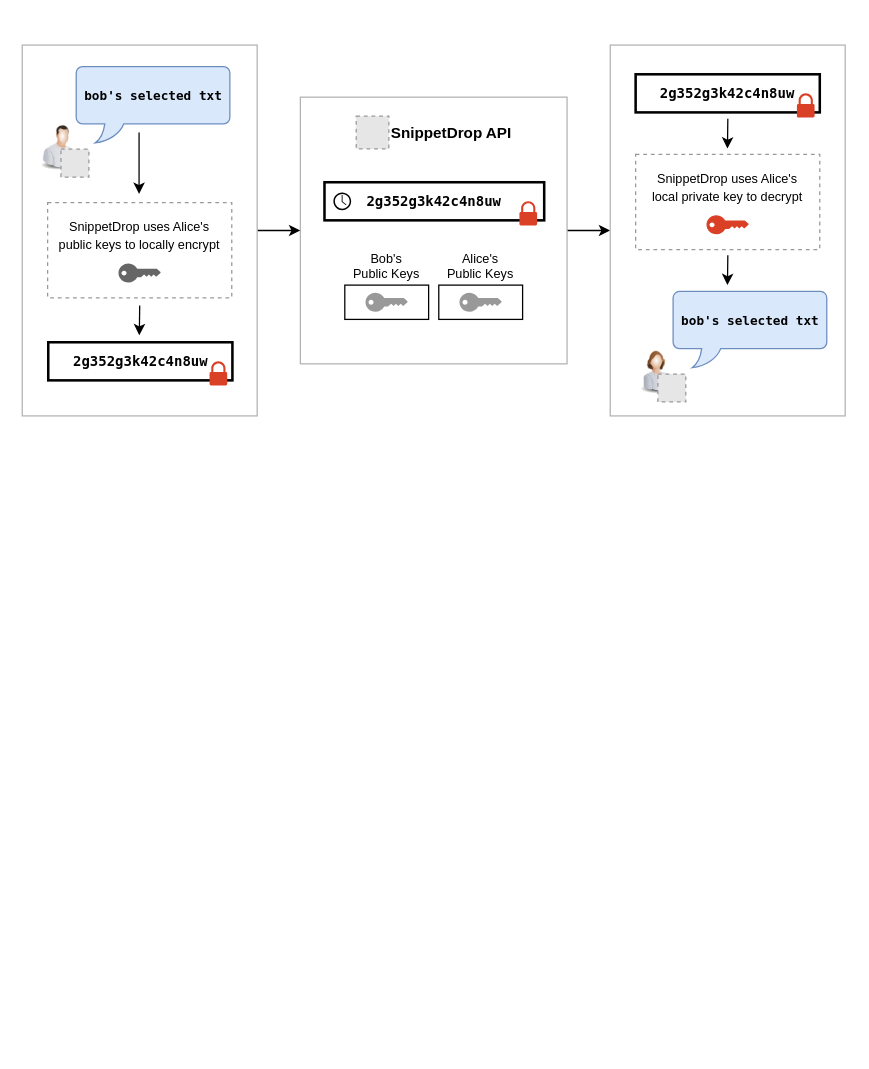
snippetdrop/snippetdrop-vscode keeps this draw.io diagram as misc/architecture.drawio. Above is the earlier version. Source tidied: cells renumbered, new cells numbered last; positions are measured from the earlier drawing's top-left corner, leaving out a move shared by most shapes. Both pictures are drawn from the tidied source at 127%, with x=0, y=0 at pixel (22, 44). Pictures stored in the file or linked from it are replaced by grey dashed boxes.
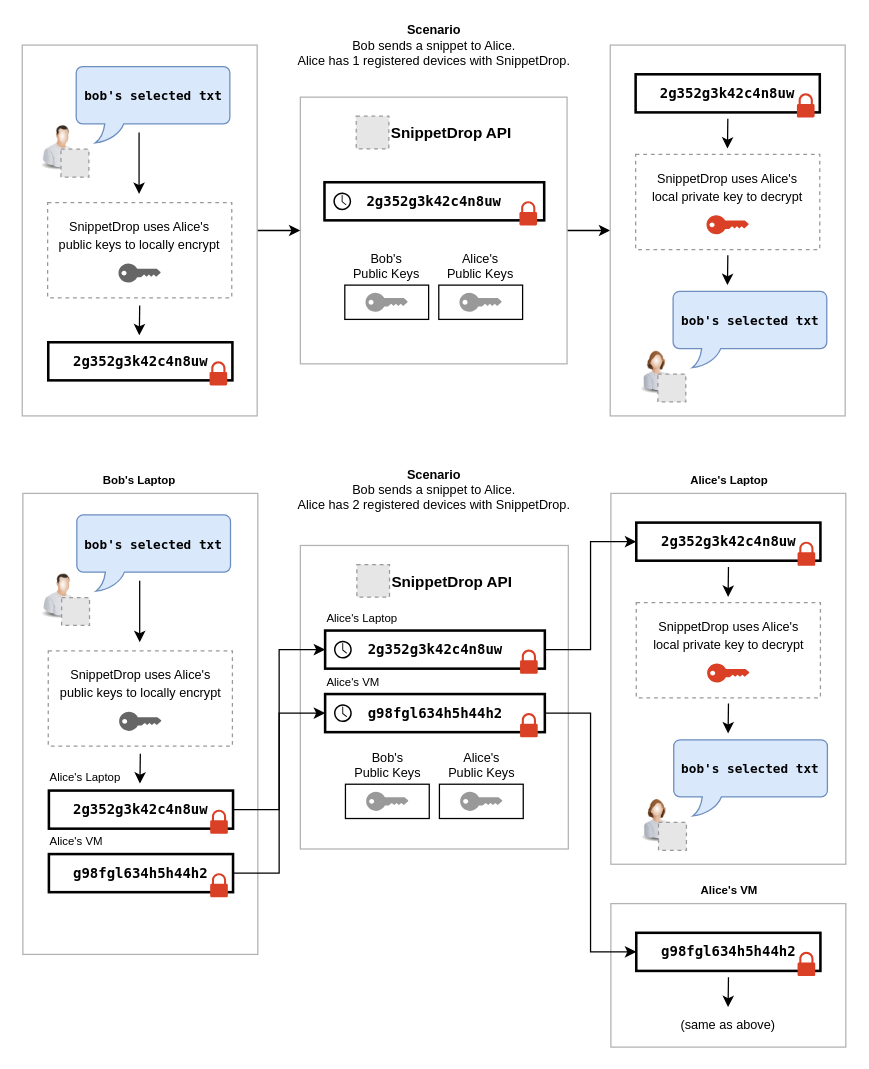
The same diagram, later.

Commit message (it also covers changes not shown here):
new arch diagram; new demo gifs

Change to the diagram source:
```diff
@@
+    <mxCell id="33" style="rounded=0;whiteSpace=wrap;html=1;strokeColor=#B3B3B3;" parent="1" vertex="1">
+      <mxGeometry x="219" y="394" width="211" height="239" as="geometry" />
+    </mxCell>
@@
+    <mxCell id="34" style="rounded=0;whiteSpace=wrap;html=1;strokeColor=#B3B3B3;" parent="1" vertex="1">
+      <mxGeometry x="463.5" y="353" width="185" height="292" as="geometry" />
+    </mxCell>
+    <mxCell id="35" style="image;html=1;image=img/lib/clip_art/people/Worker_Woman_128x128.png;" parent="1" vertex="1">
+      <mxGeometry x="482" y="590" width="38" height="38" as="geometry" />
+    </mxCell>
+    <mxCell id="36" style="rounded=0;whiteSpace=wrap;html=1;strokeColor=#B3B3B3;" parent="1" vertex="1">
+      <mxGeometry x="0.5" y="353" width="185" height="363" as="geometry" />
+    </mxCell>
+    <mxCell id="37" value="&lt;font face=&quot;monaco, menlo, consolas, courier prime, courier, courier new, monospace&quot; size=&quot;1&quot;&gt;&lt;b&gt;bob's selected txt&lt;/b&gt;&lt;/font&gt;" style="whiteSpace=wrap;html=1;shape=mxgraph.basic.roundRectCallout;dx=30;dy=15;size=5;boundedLbl=1;fillColor=#dae8fc;strokeColor=#6c8ebf;" parent="1" vertex="1">
+      <mxGeometry x="43" y="370" width="121" height="60" as="geometry" />
+    </mxCell>
+    <mxCell id="38" style="image;html=1;image=img/lib/clip_art/people/Worker_Man_128x128.png;" parent="1" vertex="1">
+      <mxGeometry x="8" y="413" width="45" height="39" as="geometry" />
+    </mxCell>
+    <mxCell id="39" style="fillColor=#E6E6E6;strokeColor=#999999;dashed=1;verticalLabelPosition=bottom;labelBackgroundColor=#ffffff;verticalAlign=top;" parent="1" vertex="1">
+      <mxGeometry x="31" y="435" width="22" height="22" as="geometry" />
+    </mxCell>
+    <mxCell id="40" value="&lt;font style=&quot;font-size: 10px&quot;&gt;SnippetDrop uses Alice's&lt;br&gt;public keys to locally encrypt&lt;/font&gt;" style="rounded=0;whiteSpace=wrap;html=1;dashed=1;verticalAlign=top;spacingTop=5;fontStyle=0;fontSize=12;strokeColor=#999999;" parent="1" vertex="1">
+      <mxGeometry x="20.5" y="477" width="145" height="75" as="geometry" />
+    </mxCell>
+    <mxCell id="41" style="edgeStyle=orthogonalEdgeStyle;rounded=0;jettySize=auto;html=1;exitX=1;exitY=0.5;exitDx=0;exitDy=0;entryX=0;entryY=0.5;entryDx=0;entryDy=0;fontSize=9;" parent="1" edge="1" source="42" target="60">
+      <mxGeometry relative="1" as="geometry" />
+    </mxCell>
+    <mxCell id="42" value="&lt;b style=&quot;font-family: &amp;quot;monaco&amp;quot; , &amp;quot;menlo&amp;quot; , &amp;quot;consolas&amp;quot; , &amp;quot;courier prime&amp;quot; , &amp;quot;courier&amp;quot; , &amp;quot;courier new&amp;quot; , monospace ; font-size: 11px&quot;&gt;&lt;font&gt;2g352g3k42c4n8uw&lt;/font&gt;&lt;/b&gt;" style="rounded=0;whiteSpace=wrap;html=1;strokeWidth=2;" parent="1" vertex="1">
+      <mxGeometry x="21" y="587" width="145" height="30" as="geometry" />
+    </mxCell>
+    <mxCell id="43" style="shadow=0;dashed=0;html=1;strokeColor=none;labelPosition=center;verticalLabelPosition=bottom;verticalAlign=top;align=center;shape=mxgraph.office.security.lock_protected;fillColor=#DA4026;fontColor=#000000;" parent="1" vertex="1">
+      <mxGeometry x="148" y="602" width="13.9" height="19" as="geometry" />
+    </mxCell>
+    <mxCell id="44" style="verticalLabelPosition=bottom;html=1;verticalAlign=top;align=center;shape=mxgraph.cisco19.key;strokeColor=none;fontColor=#000000;fillColor=#666666;" parent="1" vertex="1">
+      <mxGeometry x="76.3" y="525" width="33.3" height="15" as="geometry" />
+    </mxCell>
+    <mxCell id="45" style="endArrow=classic;html=1;fontSize=12;fontColor=#000000;" parent="1" edge="1">
+      <mxGeometry relative="1" as="geometry">
+        <mxPoint x="92.5" y="421.8" as="sourcePoint" />
+        <mxPoint x="92.5" y="470.2" as="targetPoint" />
+      </mxGeometry>
+    </mxCell>
+    <mxCell id="46" style="endArrow=classic;html=1;fontSize=12;fontColor=#000000;" parent="1" edge="1">
+      <mxGeometry relative="1" as="geometry">
+        <mxPoint x="93" y="558" as="sourcePoint" />
+        <mxPoint x="92.7" y="581.5" as="targetPoint" />
+      </mxGeometry>
+    </mxCell>
+    <mxCell id="47" value="&lt;font face=&quot;monaco, menlo, consolas, courier prime, courier, courier new, monospace&quot; size=&quot;1&quot;&gt;&lt;b&gt;bob's selected txt&lt;/b&gt;&lt;/font&gt;" style="whiteSpace=wrap;html=1;shape=mxgraph.basic.roundRectCallout;dx=30;dy=15;size=5;boundedLbl=1;fillColor=#dae8fc;strokeColor=#6c8ebf;" parent="1" vertex="1">
+      <mxGeometry x="513" y="547" width="121" height="60" as="geometry" />
+    </mxCell>
+    <mxCell id="48" style="fillColor=#E6E6E6;strokeColor=#999999;dashed=1;verticalLabelPosition=bottom;labelBackgroundColor=#ffffff;verticalAlign=top;" parent="1" vertex="1">
+      <mxGeometry x="501" y="612" width="22" height="22" as="geometry" />
+    </mxCell>
+    <mxCell id="49" value="&lt;b style=&quot;font-family: &amp;quot;monaco&amp;quot; , &amp;quot;menlo&amp;quot; , &amp;quot;consolas&amp;quot; , &amp;quot;courier prime&amp;quot; , &amp;quot;courier&amp;quot; , &amp;quot;courier new&amp;quot; , monospace ; font-size: 11px&quot;&gt;&lt;font&gt;2g352g3k42c4n8uw&lt;/font&gt;&lt;/b&gt;" style="rounded=0;whiteSpace=wrap;html=1;strokeWidth=2;" parent="1" vertex="1">
+      <mxGeometry x="483.5" y="376" width="145" height="30" as="geometry" />
+    </mxCell>
+    <mxCell id="50" style="shadow=0;dashed=0;html=1;strokeColor=none;labelPosition=center;verticalLabelPosition=bottom;verticalAlign=top;align=center;shape=mxgraph.office.security.lock_protected;fillColor=#DA4026;fontColor=#000000;" parent="1" vertex="1">
+      <mxGeometry x="610.5" y="391" width="13.9" height="19" as="geometry" />
+    </mxCell>
+    <mxCell id="51" value="&lt;font style=&quot;font-size: 10px&quot;&gt;SnippetDrop uses Alice's&lt;br&gt;local private key to decrypt&lt;/font&gt;" style="rounded=0;whiteSpace=wrap;html=1;dashed=1;verticalAlign=top;spacingTop=5;fontStyle=0;fontSize=12;strokeColor=#999999;" parent="1" vertex="1">
+      <mxGeometry x="483.5" y="439" width="145" height="75" as="geometry" />
+    </mxCell>
+    <mxCell id="52" style="verticalLabelPosition=bottom;html=1;verticalAlign=top;align=center;shape=mxgraph.cisco19.key;strokeColor=none;fontColor=#000000;fillColor=#DA4026;" parent="1" vertex="1">
+      <mxGeometry x="539.3" y="487" width="33.3" height="15" as="geometry" />
+    </mxCell>
+    <mxCell id="53" style="endArrow=classic;html=1;fontSize=12;fontColor=#000000;" parent="1" edge="1">
+      <mxGeometry relative="1" as="geometry">
+        <mxPoint x="556.1" y="411" as="sourcePoint" />
+        <mxPoint x="555.8" y="434.5" as="targetPoint" />
+      </mxGeometry>
+    </mxCell>
+    <mxCell id="54" style="endArrow=classic;html=1;fontSize=12;fontColor=#000000;" parent="1" edge="1">
+      <mxGeometry relative="1" as="geometry">
+        <mxPoint x="556.1" y="518.5" as="sourcePoint" />
+        <mxPoint x="555.8" y="542" as="targetPoint" />
+      </mxGeometry>
+    </mxCell>
+    <mxCell id="55" value="&lt;font style=&quot;font-size: 10px;&quot;&gt;Bob's&lt;br style=&quot;font-size: 10px;&quot;&gt;Public Keys&lt;/font&gt;" style="rounded=0;whiteSpace=wrap;html=1;strokeWidth=1;fontSize=10;labelPosition=center;verticalLabelPosition=top;align=center;verticalAlign=bottom;" parent="1" vertex="1">
+      <mxGeometry x="254.5" y="582" width="66" height="27" as="geometry" />
+    </mxCell>
+    <mxCell id="56" style="verticalLabelPosition=bottom;html=1;verticalAlign=top;align=center;shape=mxgraph.cisco19.key;strokeColor=none;fontColor=#000000;fillColor=#999999;" parent="1" vertex="1">
+      <mxGeometry x="270.8" y="588" width="33.3" height="15" as="geometry" />
+    </mxCell>
+    <mxCell id="57" value="&lt;font style=&quot;font-size: 10px;&quot;&gt;Alice's&lt;br style=&quot;font-size: 10px;&quot;&gt;Public Keys&lt;/font&gt;" style="rounded=0;whiteSpace=wrap;html=1;strokeWidth=1;fontSize=10;labelPosition=center;verticalLabelPosition=top;align=center;verticalAlign=bottom;" parent="1" vertex="1">
+      <mxGeometry x="328.5" y="582" width="66" height="27" as="geometry" />
+    </mxCell>
+    <mxCell id="58" style="verticalLabelPosition=bottom;html=1;verticalAlign=top;align=center;shape=mxgraph.cisco19.key;strokeColor=none;fontColor=#000000;fillColor=#999999;" parent="1" vertex="1">
+      <mxGeometry x="344.8" y="588" width="33.3" height="15" as="geometry" />
+    </mxCell>
+    <mxCell id="59" style="edgeStyle=orthogonalEdgeStyle;rounded=0;jettySize=auto;html=1;exitX=1;exitY=0.5;exitDx=0;exitDy=0;entryX=0;entryY=0.5;entryDx=0;entryDy=0;fontSize=9;" parent="1" edge="1" source="60" target="49">
+      <mxGeometry relative="1" as="geometry" />
+    </mxCell>
+    <mxCell id="60" value="&lt;b style=&quot;font-family: &amp;quot;monaco&amp;quot; , &amp;quot;menlo&amp;quot; , &amp;quot;consolas&amp;quot; , &amp;quot;courier prime&amp;quot; , &amp;quot;courier&amp;quot; , &amp;quot;courier new&amp;quot; , monospace ; font-size: 11px&quot;&gt;&lt;font&gt;2g352g3k42c4n8uw&lt;/font&gt;&lt;/b&gt;" style="rounded=0;whiteSpace=wrap;html=1;strokeWidth=2;" parent="1" vertex="1">
+      <mxGeometry x="238.5" y="461" width="173" height="30" as="geometry" />
+    </mxCell>
+    <mxCell id="61" style="shadow=0;dashed=0;html=1;strokeColor=none;labelPosition=center;verticalLabelPosition=bottom;verticalAlign=top;align=center;shape=mxgraph.office.security.lock_protected;fillColor=#DA4026;fontColor=#000000;" parent="1" vertex="1">
+      <mxGeometry x="392" y="476" width="13.9" height="19" as="geometry" />
+    </mxCell>
+    <mxCell id="62" style="shadow=0;dashed=0;html=1;strokeColor=none;labelPosition=center;verticalLabelPosition=bottom;verticalAlign=top;align=center;shape=mxgraph.office.concepts.clock;fontSize=12;fontColor=#000000;strokeWidth=1;fillColor=#000000;" parent="1" vertex="1">
+      <mxGeometry x="245.5" y="469" width="14" height="14" as="geometry" />
+    </mxCell>
+    <mxCell id="63" value="SnippetDrop API" style="fillColor=#E6E6E6;strokeColor=#999999;dashed=1;verticalLabelPosition=middle;labelBackgroundColor=#ffffff;verticalAlign=middle;fontStyle=1;labelPosition=right;align=left;" parent="1" vertex="1">
+      <mxGeometry x="263.5" y="409" width="25.7" height="25.7" as="geometry" />
+    </mxCell>
+    <mxCell id="64" style="edgeStyle=orthogonalEdgeStyle;rounded=0;jettySize=auto;html=1;exitX=1;exitY=0.5;exitDx=0;exitDy=0;entryX=0;entryY=0.5;entryDx=0;entryDy=0;fontSize=9;" parent="1" edge="1" source="65" target="69">
+      <mxGeometry relative="1" as="geometry" />
+    </mxCell>
+    <mxCell id="65" value="&lt;b style=&quot;font-family: &amp;#34;monaco&amp;#34; , &amp;#34;menlo&amp;#34; , &amp;#34;consolas&amp;#34; , &amp;#34;courier prime&amp;#34; , &amp;#34;courier&amp;#34; , &amp;#34;courier new&amp;#34; , monospace ; font-size: 11px&quot;&gt;&lt;font&gt;g98fgl634h5h44h2&lt;/font&gt;&lt;/b&gt;" style="rounded=0;whiteSpace=wrap;html=1;strokeWidth=2;" parent="1" vertex="1">
+      <mxGeometry x="21" y="637" width="145" height="30" as="geometry" />
+    </mxCell>
+    <mxCell id="66" style="shadow=0;dashed=0;html=1;strokeColor=none;labelPosition=center;verticalLabelPosition=bottom;verticalAlign=top;align=center;shape=mxgraph.office.security.lock_protected;fillColor=#DA4026;fontColor=#000000;" parent="1" vertex="1">
+      <mxGeometry x="148" y="652" width="13.9" height="19" as="geometry" />
+    </mxCell>
+    <mxCell id="67" value="Alice's Laptop" style="text;html=1;strokeColor=none;fillColor=none;align=left;verticalAlign=middle;whiteSpace=wrap;rounded=0;fontSize=9;" parent="1" vertex="1">
+      <mxGeometry x="20" y="567" width="120" height="20" as="geometry" />
+    </mxCell>
+    <mxCell id="68" value="Alice's VM" style="text;html=1;strokeColor=none;fillColor=none;align=left;verticalAlign=middle;whiteSpace=wrap;rounded=0;fontSize=9;" parent="1" vertex="1">
+      <mxGeometry x="20" y="617" width="120" height="20" as="geometry" />
+    </mxCell>
+    <mxCell id="69" value="&lt;b style=&quot;font-family: &amp;#34;monaco&amp;#34; , &amp;#34;menlo&amp;#34; , &amp;#34;consolas&amp;#34; , &amp;#34;courier prime&amp;#34; , &amp;#34;courier&amp;#34; , &amp;#34;courier new&amp;#34; , monospace ; font-size: 11px&quot;&gt;g98fgl634h5h44h2&lt;/b&gt;" style="rounded=0;whiteSpace=wrap;html=1;strokeWidth=2;" parent="1" vertex="1">
+      <mxGeometry x="238.5" y="511" width="173" height="30" as="geometry" />
+    </mxCell>
+    <mxCell id="70" style="shadow=0;dashed=0;html=1;strokeColor=none;labelPosition=center;verticalLabelPosition=bottom;verticalAlign=top;align=center;shape=mxgraph.office.security.lock_protected;fillColor=#DA4026;fontColor=#000000;" parent="1" vertex="1">
+      <mxGeometry x="392" y="526" width="13.9" height="19" as="geometry" />
+    </mxCell>
+    <mxCell id="71" style="shadow=0;dashed=0;html=1;strokeColor=none;labelPosition=center;verticalLabelPosition=bottom;verticalAlign=top;align=center;shape=mxgraph.office.concepts.clock;fontSize=12;fontColor=#000000;strokeWidth=1;fillColor=#000000;" parent="1" vertex="1">
+      <mxGeometry x="245.5" y="519" width="14" height="14" as="geometry" />
+    </mxCell>
+    <mxCell id="72" value="Alice's Laptop" style="text;html=1;strokeColor=none;fillColor=none;align=left;verticalAlign=middle;whiteSpace=wrap;rounded=0;fontSize=9;" parent="1" vertex="1">
+      <mxGeometry x="238" y="441.5" width="120" height="20" as="geometry" />
+    </mxCell>
+    <mxCell id="73" value="Alice's VM" style="text;html=1;strokeColor=none;fillColor=none;align=left;verticalAlign=middle;whiteSpace=wrap;rounded=0;fontSize=9;" parent="1" vertex="1">
+      <mxGeometry x="238" y="491.5" width="120" height="20" as="geometry" />
+    </mxCell>
+    <mxCell id="74" value="Alice's Laptop" style="text;html=1;strokeColor=none;fillColor=none;align=center;verticalAlign=middle;whiteSpace=wrap;rounded=0;fontSize=9;fontStyle=1;" parent="1" vertex="1">
+      <mxGeometry x="463.5" y="333" width="185.5" height="20" as="geometry" />
+    </mxCell>
+    <mxCell id="75" value="Bob's Laptop" style="text;html=1;strokeColor=none;fillColor=none;align=center;verticalAlign=middle;whiteSpace=wrap;rounded=0;fontSize=9;fontStyle=1;" parent="1" vertex="1">
+      <mxGeometry y="333" width="185" height="20" as="geometry" />
+    </mxCell>
+    <mxCell id="76" style="rounded=0;whiteSpace=wrap;html=1;strokeColor=#B3B3B3;" parent="1" vertex="1">
+      <mxGeometry x="463.5" y="676" width="185" height="113" as="geometry" />
+    </mxCell>
+    <mxCell id="77" value="&lt;b style=&quot;font-family: &amp;#34;monaco&amp;#34; , &amp;#34;menlo&amp;#34; , &amp;#34;consolas&amp;#34; , &amp;#34;courier prime&amp;#34; , &amp;#34;courier&amp;#34; , &amp;#34;courier new&amp;#34; , monospace ; font-size: 11px&quot;&gt;g98fgl634h5h44h2&lt;/b&gt;" style="rounded=0;whiteSpace=wrap;html=1;strokeWidth=2;" parent="1" vertex="1">
+      <mxGeometry x="483.5" y="699" width="145" height="30" as="geometry" />
+    </mxCell>
+    <mxCell id="78" style="shadow=0;dashed=0;html=1;strokeColor=none;labelPosition=center;verticalLabelPosition=bottom;verticalAlign=top;align=center;shape=mxgraph.office.security.lock_protected;fillColor=#DA4026;fontColor=#000000;" parent="1" vertex="1">
+      <mxGeometry x="610.5" y="714" width="13.9" height="19" as="geometry" />
+    </mxCell>
+    <mxCell id="79" style="endArrow=classic;html=1;fontSize=12;fontColor=#000000;" parent="1" edge="1">
+      <mxGeometry relative="1" as="geometry">
+        <mxPoint x="556.1" y="734" as="sourcePoint" />
+        <mxPoint x="555.8" y="757.5" as="targetPoint" />
+      </mxGeometry>
+    </mxCell>
+    <mxCell id="80" value="Alice's VM" style="text;html=1;strokeColor=none;fillColor=none;align=center;verticalAlign=middle;whiteSpace=wrap;rounded=0;fontSize=9;fontStyle=1;" parent="1" vertex="1">
+      <mxGeometry x="463.5" y="656" width="185.5" height="20" as="geometry" />
+    </mxCell>
+    <mxCell id="81" value="&lt;font style=&quot;font-size: 10px;&quot;&gt;(same as above)&lt;/font&gt;" style="text;html=1;strokeColor=none;fillColor=none;align=center;verticalAlign=middle;whiteSpace=wrap;rounded=0;fontSize=10;" parent="1" vertex="1">
+      <mxGeometry x="497" y="761" width="118" height="20" as="geometry" />
+    </mxCell>
+    <mxCell id="82" value="&lt;b style=&quot;font-size: 10px;&quot;&gt;Scenario&lt;/b&gt;&lt;br style=&quot;font-size: 10px;&quot;&gt;Bob sends a snippet to Alice.&lt;br style=&quot;font-size: 10px;&quot;&gt;Alice has 2 registered devices with SnippetDrop." style="text;html=1;strokeColor=none;fillColor=none;align=center;verticalAlign=middle;whiteSpace=wrap;rounded=0;fontSize=10;" parent="1" vertex="1">
+      <mxGeometry x="216" y="333" width="217" height="34" as="geometry" />
+    </mxCell>
+    <mxCell id="83" style="edgeStyle=orthogonalEdgeStyle;rounded=0;jettySize=auto;html=1;exitX=1;exitY=0.5;exitDx=0;exitDy=0;entryX=0;entryY=0.5;entryDx=0;entryDy=0;fontSize=9;" parent="1" edge="1" source="69" target="77">
+      <mxGeometry relative="1" as="geometry" />
+    </mxCell>
+    <mxCell id="84" value="&lt;b style=&quot;font-size: 10px&quot;&gt;Scenario&lt;/b&gt;&lt;br style=&quot;font-size: 10px&quot;&gt;Bob sends a snippet to Alice.&lt;br style=&quot;font-size: 10px&quot;&gt;Alice has 1 registered devices with SnippetDrop." style="text;html=1;strokeColor=none;fillColor=none;align=center;verticalAlign=middle;whiteSpace=wrap;rounded=0;fontSize=10;" parent="1" vertex="1">
+      <mxGeometry x="215.5" y="-17" width="217" height="34" as="geometry" />
+    </mxCell>
```
